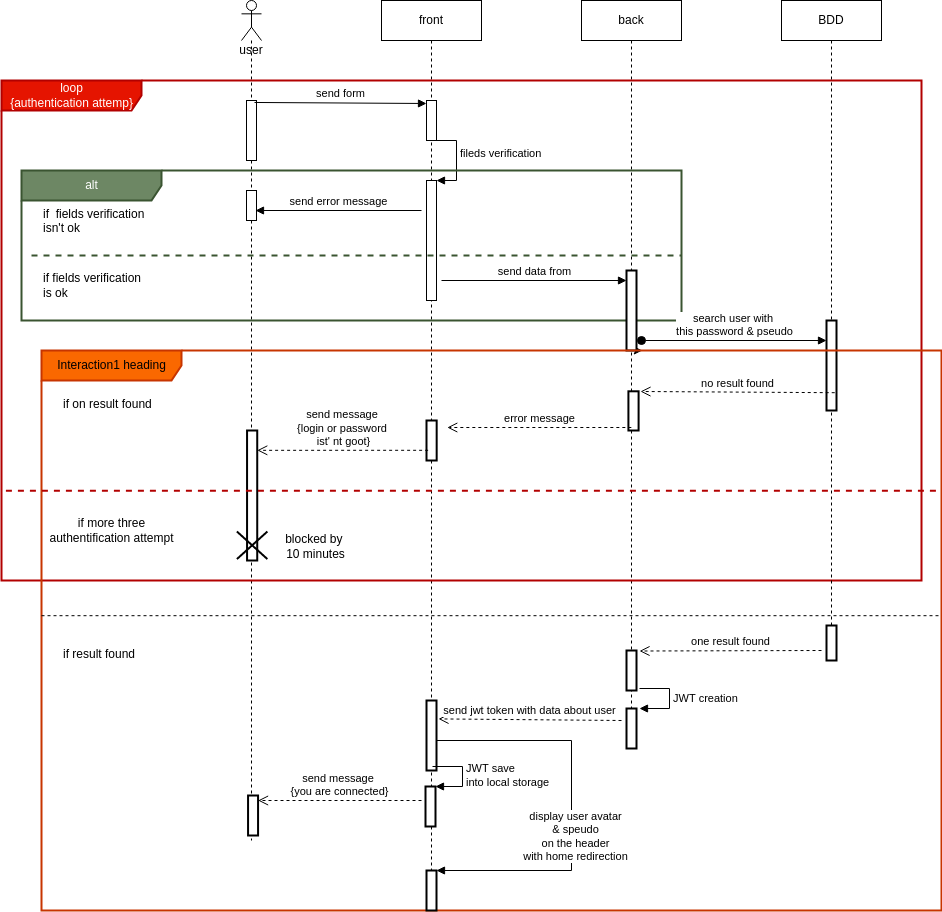
Before: Documentation-diagrams/diagrams-img/connection_sequence.drawio.png, a diagram exported from draw.io (aerobi93/Modelisation-UML). Source tidied: cells renumbered, new cells last; positions are measured from the earlier drawing's top-left corner, leaving out a move shared by most shapes.
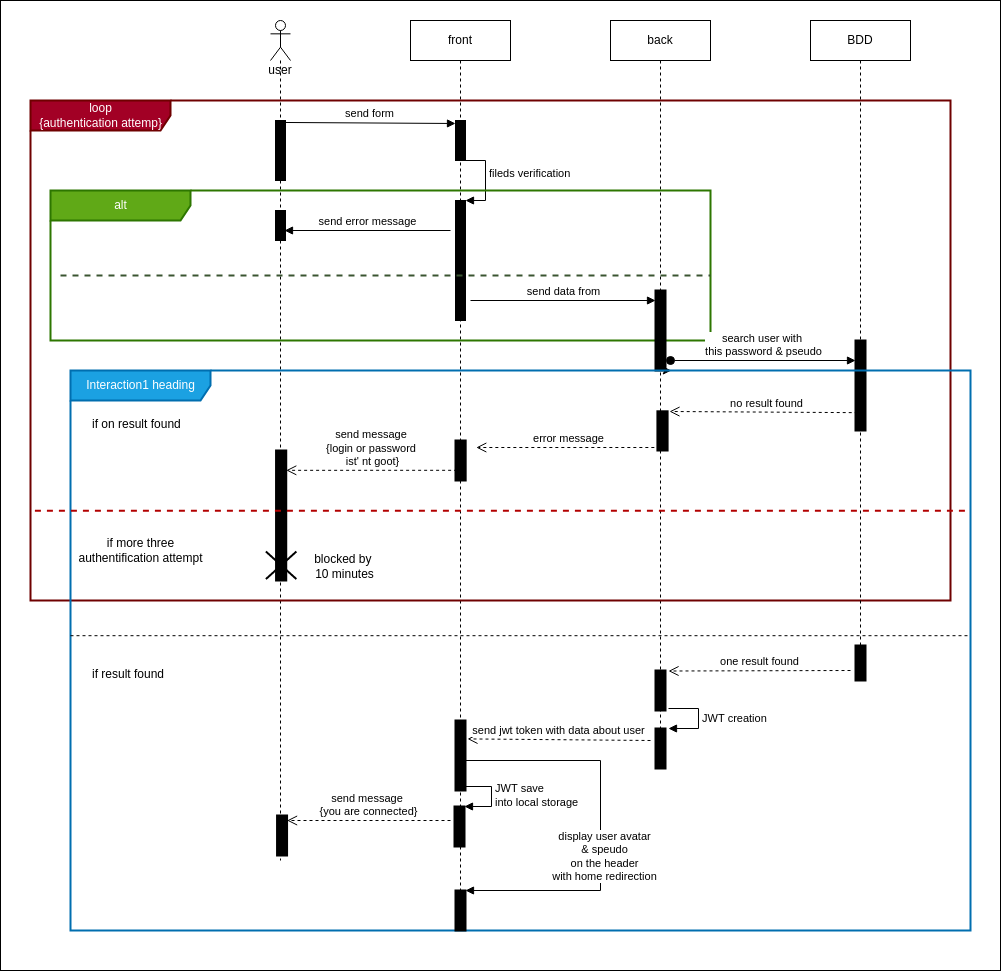
The same diagram one commit later.

What changed in the source:
```diff
@@ -2,25 +2,28 @@
   <root>
     <mxCell id="0" />
     <mxCell id="1" parent="0" />
+    <mxCell id="50" style="rounded=0;whiteSpace=wrap;html=1;fillColor=default;strokeColor=#000000;" parent="1" vertex="1">
+      <mxGeometry x="-30" y="-20" width="1000" height="970" as="geometry" />
+    </mxCell>
-    <mxCell id="2" value="user" style="shape=umlLifeline;participant=umlActor;perimeter=lifelinePerimeter;whiteSpace=wrap;html=1;verticalAlign=top;spacingTop=36;" parent="1" vertex="1">
+    <mxCell id="2" value="user" style="shape=umlLifeline;participant=umlActor;perimeter=lifelinePerimeter;whiteSpace=wrap;html=1;verticalAlign=top;spacingTop=36;fillColor=none;" parent="1" vertex="1">
       <mxGeometry x="240" width="20" height="840" as="geometry" />
     </mxCell>
-    <mxCell id="3" value="front" style="shape=umlLifeline;perimeter=lifelinePerimeter;whiteSpace=wrap;html=1;" parent="1" vertex="1">
+    <mxCell id="3" value="front" style="shape=umlLifeline;perimeter=lifelinePerimeter;whiteSpace=wrap;html=1;fillColor=none;" parent="1" vertex="1">
       <mxGeometry x="380" width="100" height="910" as="geometry" />
     </mxCell>
     <mxCell id="4" style="edgeStyle=none;html=1;" parent="1" edge="1" source="5" target="22">
       <mxGeometry relative="1" as="geometry" />
     </mxCell>
-    <mxCell id="5" value="back" style="shape=umlLifeline;perimeter=lifelinePerimeter;whiteSpace=wrap;html=1;outlineConnect=0;" parent="1" vertex="1">
+    <mxCell id="5" value="back" style="shape=umlLifeline;perimeter=lifelinePerimeter;whiteSpace=wrap;html=1;outlineConnect=0;fillColor=none;" parent="1" vertex="1">
       <mxGeometry x="580" width="100" height="740" as="geometry" />
     </mxCell>
-    <mxCell id="6" value="loop&lt;br&gt;{authentication attemp}" style="shape=umlFrame;tabWidth=110;tabHeight=30;tabPosition=left;html=1;boundedLbl=1;labelInHeader=1;width=140;height=30;fillColor=#e51400;fontColor=#ffffff;strokeColor=#B20000;strokeWidth=2;" parent="1" vertex="1">
+    <mxCell id="6" value="loop&lt;br&gt;{authentication attemp}" style="shape=umlFrame;tabWidth=110;tabHeight=30;tabPosition=left;html=1;boundedLbl=1;labelInHeader=1;width=140;height=30;fillColor=#a20025;fontColor=#ffffff;strokeColor=#6F0000;strokeWidth=2;" parent="1" vertex="1">
       <mxGeometry y="80" width="920" height="500" as="geometry" />
     </mxCell>
-    <mxCell id="7" value="BDD" style="shape=umlLifeline;perimeter=lifelinePerimeter;whiteSpace=wrap;html=1;" parent="1" vertex="1">
+    <mxCell id="7" value="BDD" style="shape=umlLifeline;perimeter=lifelinePerimeter;whiteSpace=wrap;html=1;fillColor=none;" parent="1" vertex="1">
       <mxGeometry x="780" width="100" height="660" as="geometry" />
     </mxCell>
-    <mxCell id="8" style="html=1;perimeter=orthogonalPerimeter;" parent="1" vertex="1">
+    <mxCell id="8" style="html=1;perimeter=orthogonalPerimeter;fillColor=#000000;" parent="1" vertex="1">
       <mxGeometry x="245" y="100" width="10" height="60" as="geometry" />
     </mxCell>
     <mxCell id="9" value="send form" style="html=1;verticalAlign=bottom;endArrow=block;exitX=0.8;exitY=-0.017;exitDx=0;exitDy=0;exitPerimeter=0;" parent="1" edge="1">
@@ -29,10 +32,10 @@
         <mxPoint x="425" y="103" as="targetPoint" />
       </mxGeometry>
     </mxCell>
-    <mxCell id="10" style="html=1;perimeter=orthogonalPerimeter;" parent="1" vertex="1">
+    <mxCell id="10" style="html=1;perimeter=orthogonalPerimeter;fillColor=#000000;" parent="1" vertex="1">
       <mxGeometry x="425" y="100" width="10" height="40" as="geometry" />
     </mxCell>
-    <mxCell id="11" style="html=1;points=[];perimeter=orthogonalPerimeter;" parent="1" vertex="1">
+    <mxCell id="11" style="html=1;points=[];perimeter=orthogonalPerimeter;fillColor=#000000;" parent="1" vertex="1">
       <mxGeometry x="425" y="180" width="10" height="120" as="geometry" />
     </mxCell>
     <mxCell id="12" value="fileds verification" style="edgeStyle=orthogonalEdgeStyle;html=1;align=left;spacingLeft=2;endArrow=block;rounded=0;entryX=1;entryY=0;" parent="1" edge="1" target="11">
@@ -45,18 +48,13 @@
         </Array>
       </mxGeometry>
     </mxCell>
-    <mxCell id="13" value="alt" style="shape=umlFrame;tabWidth=110;tabHeight=30;tabPosition=left;html=1;boundedLbl=1;labelInHeader=1;width=140;height=30;fillColor=#6d8764;fontColor=#ffffff;strokeColor=#3A5431;strokeWidth=2;" parent="1" vertex="1">
+    <mxCell id="13" value="alt" style="shape=umlFrame;tabWidth=110;tabHeight=30;tabPosition=left;html=1;boundedLbl=1;labelInHeader=1;width=140;height=30;fillColor=#60a917;fontColor=#ffffff;strokeColor=#2D7600;strokeWidth=2;" parent="1" vertex="1">
       <mxGeometry x="20" y="170" width="660" height="150" as="geometry" />
     </mxCell>
-    <mxCell id="14" value="if  fields verification&#10;isn't ok" style="text;" parent="1" vertex="1">
-      <mxGeometry x="20" y="160" width="100" height="50" as="geometry">
-        <mxPoint x="20" y="40" as="offset" />
-      </mxGeometry>
-    </mxCell>
-    <mxCell id="15" style="line;strokeWidth=2;dashed=1;labelPosition=center;verticalLabelPosition=bottom;align=left;verticalAlign=top;spacingLeft=20;spacingTop=15;fillColor=#6d8764;fontColor=#ffffff;strokeColor=#3A5431;" parent="1" vertex="1">
+    <mxCell id="15" style="line;strokeWidth=2;dashed=1;labelPosition=center;verticalLabelPosition=bottom;align=left;verticalAlign=top;spacingLeft=20;spacingTop=15;fillColor=#000000;fontColor=#ffffff;strokeColor=#3A5431;" parent="1" vertex="1">
       <mxGeometry x="30" y="250" width="650" height="10" as="geometry" />
     </mxCell>
-    <mxCell id="16" style="html=1;points=[];perimeter=orthogonalPerimeter;" parent="1" vertex="1">
+    <mxCell id="16" style="html=1;points=[];perimeter=orthogonalPerimeter;fillColor=#000000;" parent="1" vertex="1">
       <mxGeometry x="245" y="190" width="10" height="30" as="geometry" />
     </mxCell>
     <mxCell id="17" value="send error message" style="html=1;verticalAlign=bottom;endArrow=block;entryX=0.9;entryY=0.667;entryDx=0;entryDy=0;entryPerimeter=0;" parent="1" edge="1" target="16">
@@ -69,10 +67,10 @@
         <mxPoint x="440" y="280" as="sourcePoint" />
       </mxGeometry>
     </mxCell>
-    <mxCell id="19" style="html=1;points=[];perimeter=orthogonalPerimeter;strokeWidth=2;" parent="1" vertex="1">
+    <mxCell id="19" style="html=1;points=[];perimeter=orthogonalPerimeter;strokeWidth=2;fillColor=#000000;" parent="1" vertex="1">
       <mxGeometry x="625" y="270" width="10" height="80" as="geometry" />
     </mxCell>
-    <mxCell id="20" style="html=1;points=[];perimeter=orthogonalPerimeter;strokeWidth=2;" parent="1" vertex="1">
+    <mxCell id="20" style="html=1;points=[];perimeter=orthogonalPerimeter;strokeWidth=2;fillColor=#000000;" parent="1" vertex="1">
       <mxGeometry x="825" y="320" width="10" height="90" as="geometry" />
     </mxCell>
     <mxCell id="21" value="search user with&amp;nbsp;&lt;br&gt;this password &amp;amp; pseudo" style="html=1;verticalAlign=bottom;startArrow=oval;startFill=1;endArrow=block;startSize=8;" parent="1" edge="1" target="20">
@@ -80,27 +78,27 @@
         <mxPoint x="640" y="340" as="sourcePoint" />
       </mxGeometry>
     </mxCell>
-    <mxCell id="22" value="Interaction1 heading" style="shape=umlFrame;tabWidth=110;tabHeight=30;tabPosition=left;html=1;boundedLbl=1;labelInHeader=1;width=140;height=30;strokeWidth=2;fillColor=#fa6800;fontColor=#000000;strokeColor=#C73500;" parent="1" vertex="1">
+    <mxCell id="22" value="Interaction1 heading" style="shape=umlFrame;tabWidth=110;tabHeight=30;tabPosition=left;html=1;boundedLbl=1;labelInHeader=1;width=140;height=30;strokeWidth=2;fillColor=#1ba1e2;fontColor=#ffffff;strokeColor=#006EAF;" parent="1" vertex="1">
       <mxGeometry x="40" y="350" width="900" height="560" as="geometry" />
     </mxCell>
-    <mxCell id="23" value="if on result found" style="text;strokeWidth=2;" parent="22" vertex="1">
+    <mxCell id="23" value="if on result found" style="text;strokeWidth=2;fillColor=none;" parent="22" vertex="1">
       <mxGeometry width="100" height="20" relative="1" as="geometry">
         <mxPoint x="20" y="40" as="offset" />
       </mxGeometry>
     </mxCell>
-    <mxCell id="24" value="if result found" style="line;strokeWidth=1;dashed=1;labelPosition=center;verticalLabelPosition=bottom;align=left;verticalAlign=top;spacingLeft=20;spacingTop=15;" parent="22" vertex="1">
+    <mxCell id="24" value="if result found" style="line;strokeWidth=1;dashed=1;labelPosition=center;verticalLabelPosition=bottom;align=left;verticalAlign=top;spacingLeft=20;spacingTop=15;fillColor=#000000;" parent="22" vertex="1">
       <mxGeometry y="255" width="900" height="20.4" as="geometry" />
     </mxCell>
-    <mxCell id="25" style="html=1;points=[];perimeter=orthogonalPerimeter;strokeWidth=2;" parent="22" vertex="1">
+    <mxCell id="25" style="html=1;points=[];perimeter=orthogonalPerimeter;strokeWidth=2;fillColor=#000000;" parent="22" vertex="1">
       <mxGeometry x="586.9" y="40.8" width="10.2" height="39.2" as="geometry" />
     </mxCell>
-    <mxCell id="26" style="html=1;perimeter=orthogonalPerimeter;strokeWidth=2;" parent="22" vertex="1">
+    <mxCell id="26" style="html=1;perimeter=orthogonalPerimeter;strokeWidth=2;fillColor=#000000;" parent="22" vertex="1">
       <mxGeometry x="385" y="70" width="10.2" height="40" as="geometry" />
     </mxCell>
-    <mxCell id="27" style="html=1;perimeter=orthogonalPerimeter;strokeWidth=2;" parent="22" vertex="1">
+    <mxCell id="27" style="html=1;perimeter=orthogonalPerimeter;strokeWidth=2;fillColor=#000000;" parent="22" vertex="1">
       <mxGeometry x="205.6" y="80" width="10.2" height="130" as="geometry" />
     </mxCell>
-    <mxCell id="28" style="shape=umlDestroy;strokeWidth=2;" parent="22" vertex="1">
+    <mxCell id="28" style="shape=umlDestroy;strokeWidth=2;fillColor=#000000;" parent="22" vertex="1">
       <mxGeometry x="195.4" y="181" width="30.5" height="27.6" as="geometry" />
     </mxCell>
     <mxCell id="29" value="no result found" style="html=1;verticalAlign=bottom;endArrow=open;dashed=1;endSize=8;entryX=1.188;entryY=0.005;entryDx=0;entryDy=0;entryPerimeter=0;" parent="22" edge="1" target="25">
@@ -120,13 +118,13 @@
         <mxPoint x="215.8" y="99.8" as="targetPoint" />
       </mxGeometry>
     </mxCell>
-    <mxCell id="32" style="line;strokeWidth=2;dashed=1;labelPosition=center;verticalLabelPosition=bottom;align=left;verticalAlign=top;spacingLeft=20;spacingTop=15;fillColor=#e51400;fontColor=#ffffff;strokeColor=#B20000;fontStyle=1;" parent="22" vertex="1">
+    <mxCell id="32" style="line;strokeWidth=2;dashed=1;labelPosition=center;verticalLabelPosition=bottom;align=left;verticalAlign=top;spacingLeft=20;spacingTop=15;fillColor=#000000;fontColor=#ffffff;strokeColor=#B20000;fontStyle=1;" parent="22" vertex="1">
       <mxGeometry x="-35.6" y="120" width="935.6" height="40.4" as="geometry" />
     </mxCell>
-    <mxCell id="33" style="html=1;perimeter=orthogonalPerimeter;strokeWidth=2;" parent="22" vertex="1">
+    <mxCell id="33" style="html=1;perimeter=orthogonalPerimeter;strokeWidth=2;fillColor=#000000;" parent="22" vertex="1">
       <mxGeometry x="785" y="275" width="10" height="35" as="geometry" />
     </mxCell>
-    <mxCell id="34" style="html=1;points=[];perimeter=orthogonalPerimeter;strokeWidth=2;" parent="22" vertex="1">
+    <mxCell id="34" style="html=1;points=[];perimeter=orthogonalPerimeter;strokeWidth=2;fillColor=#000000;" parent="22" vertex="1">
       <mxGeometry x="585" y="300" width="10" height="40" as="geometry" />
     </mxCell>
     <mxCell id="35" value="one result found" style="html=1;verticalAlign=bottom;endArrow=open;dashed=1;endSize=8;entryX=1.3;entryY=0.013;entryDx=0;entryDy=0;entryPerimeter=0;" parent="22" edge="1" target="34">
@@ -134,7 +132,7 @@
         <mxPoint x="780" y="300" as="sourcePoint" />
       </mxGeometry>
     </mxCell>
-    <mxCell id="36" style="html=1;perimeter=orthogonalPerimeter;strokeWidth=2;" parent="22" vertex="1">
+    <mxCell id="36" style="html=1;perimeter=orthogonalPerimeter;strokeWidth=2;fillColor=#000000;" parent="22" vertex="1">
       <mxGeometry x="585" y="358" width="10" height="40" as="geometry" />
     </mxCell>
     <mxCell id="37" value="JWT creation" style="edgeStyle=orthogonalEdgeStyle;html=1;align=left;spacingLeft=2;endArrow=block;rounded=0;" parent="22" edge="1">
@@ -146,7 +144,7 @@
         </Array>
       </mxGeometry>
     </mxCell>
-    <mxCell id="38" style="html=1;points=[];perimeter=orthogonalPerimeter;strokeWidth=2;" parent="22" vertex="1">
+    <mxCell id="38" style="html=1;points=[];perimeter=orthogonalPerimeter;strokeWidth=2;fillColor=#000000;" parent="22" vertex="1">
       <mxGeometry x="385" y="350" width="10" height="70" as="geometry" />
     </mxCell>
     <mxCell id="39" value="send jwt token with data about user" style="html=1;verticalAlign=bottom;endArrow=open;dashed=1;endSize=8;entryX=1.2;entryY=0.263;entryDx=0;entryDy=0;entryPerimeter=0;" parent="22" edge="1" target="38">
@@ -154,7 +152,7 @@
         <mxPoint x="580" y="370" as="sourcePoint" />
       </mxGeometry>
     </mxCell>
-    <mxCell id="40" style="html=1;points=[];perimeter=orthogonalPerimeter;strokeWidth=2;" parent="22" vertex="1">
+    <mxCell id="40" style="html=1;points=[];perimeter=orthogonalPerimeter;strokeWidth=2;fillColor=#000000;" parent="22" vertex="1">
       <mxGeometry x="384" y="436" width="10" height="40" as="geometry" />
     </mxCell>
     <mxCell id="41" value="JWT save&amp;nbsp;&lt;br&gt;into local storage" style="edgeStyle=orthogonalEdgeStyle;html=1;align=left;spacingLeft=2;endArrow=block;rounded=0;entryX=1;entryY=0;" parent="22" edge="1" target="40">
@@ -173,10 +171,10 @@
         <mxPoint x="380" y="450" as="sourcePoint" />
       </mxGeometry>
     </mxCell>
-    <mxCell id="44" style="html=1;points=[];perimeter=orthogonalPerimeter;strokeWidth=2;" parent="22" vertex="1">
+    <mxCell id="44" style="html=1;points=[];perimeter=orthogonalPerimeter;strokeWidth=2;fillColor=#000000;" parent="22" vertex="1">
       <mxGeometry x="206.6" y="445" width="10" height="40" as="geometry" />
     </mxCell>
-    <mxCell id="45" style="html=1;points=[];perimeter=orthogonalPerimeter;strokeWidth=2;" parent="22" vertex="1">
+    <mxCell id="45" style="html=1;points=[];perimeter=orthogonalPerimeter;strokeWidth=2;fillColor=#000000;" parent="22" vertex="1">
       <mxGeometry x="385" y="520" width="10" height="40" as="geometry" />
     </mxCell>
     <mxCell id="46" style="edgeStyle=orthogonalEdgeStyle;html=1;align=left;spacingLeft=2;endArrow=block;rounded=0;entryX=1;entryY=0;" parent="22" edge="1" target="45">
@@ -196,8 +194,11 @@
     <mxCell id="48" value="if more three&lt;br&gt;authentification attempt" style="text;html=1;align=center;verticalAlign=middle;fillColor=none;strokeColor=none;rounded=0;" parent="22" vertex="1">
       <mxGeometry y="165" width="140" height="30" as="geometry" />
     </mxCell>
-    <mxCell id="49" value="if fields verification&lt;br&gt;is ok" style="text;html=1;align=left;verticalAlign=middle;fillColor=none;strokeColor=none;rounded=0;" parent="1" vertex="1">
+    <mxCell id="49" value="if fields verification&lt;br&gt;is ok" style="text;html=1;align=left;verticalAlign=middle;fillColor=none;strokeColor=none;rounded=0;fontColor=#FFFFFF;" parent="1" vertex="1">
       <mxGeometry x="40" y="270" width="110" height="30" as="geometry" />
     </mxCell>
+    <mxCell id="51" value="if&lt;font&gt; field verification&lt;br&gt;isn ' t ok&lt;/font&gt;" style="text;html=1;align=center;verticalAlign=middle;fillColor=none;strokeColor=none;rounded=0;fontColor=#FFFFFF;" parent="1" vertex="1">
+      <mxGeometry x="30" y="210" width="110" height="30" as="geometry" />
+    </mxCell>
   </root>
 </mxGraphModel>
```
